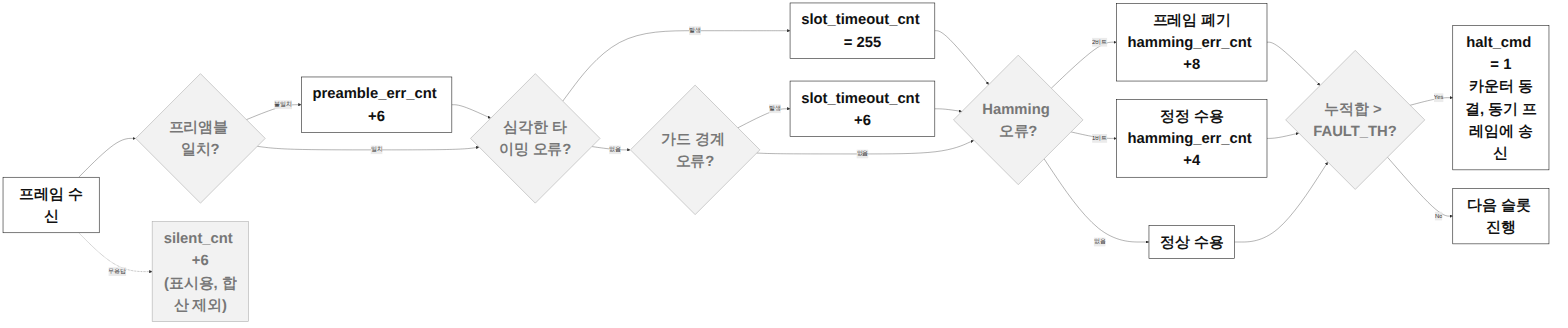
Above: diagrams/section3/zoom/master_fault_flow.png in Woodong02/SoC_Design_and_Programming (Mermaid), before the change. Its source is kept beside it as diagrams/section3/zoom/master_fault_flow.mmd.
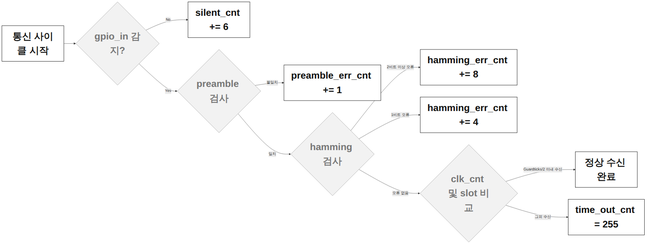
The same diagram one commit later.

Commit message:
Update Master PS/Master IP/fault-flow diagrams and matching slide text

Change to the diagram source:
```diff
@@ -1,24 +1,15 @@
 %%{init: {'themeVariables': {'fontSize': '40px'}}, 'flowchart': {'nodeSpacing': 45, 'rankSpacing': 70}}%%
 flowchart LR
-    A["프레임 수신"]:::node --> B{"프리앰블 일치?"}:::dim
-    B -- 불일치 --> B1["preamble_err_cnt +6"]:::node
-    B -- 일치 --> C{"심각한 타이밍 오류?"}:::dim
-    B1 --> C
-    C -- 발생 --> C1["slot_timeout_cnt = 255"]:::node
-    C -- 없음 --> D{"가드 경계 오류?"}:::dim
-    D -- 발생 --> D1["slot_timeout_cnt +6"]:::node
-    D -- 없음 --> E{"Hamming 오류?"}:::dim
-    C1 --> E
-    D1 --> E
-    E -- 2비트 --> E1["프레임 폐기\nhamming_err_cnt +8"]:::node
-    E -- 1비트 --> E2["정정 수용\nhamming_err_cnt +4"]:::node
-    E -- 없음 --> E3["정상 수용"]:::node
-    E1 --> F{"누적합 > FAULT_TH?"}:::dim
-    E2 --> F
-    E3 --> F
-    F -- Yes --> G["halt_cmd = 1\n카운터 동결, 동기 프레임에 송신"]:::node
-    F -- No --> H["다음 슬롯 진행"]:::node
-    A -.무응답.-> S["silent_cnt +6\n(표시용, 합산 제외)"]:::dim
+    A["통신 사이클 시작"]:::node --> B{"gpio_in 감지?"}:::dim
+    B -- No --> B1["silent_cnt += 6"]:::node
+    B -- Yes --> C{"preamble 검사"}:::dim
+    C -- 불일치 --> C1["preamble_err_cnt += 1"]:::node
+    C -- 일치 --> D{"hamming 검사"}:::dim
+    D -- "2비트 이상 오류" --> D1["hamming_err_cnt += 8"]:::node
+    D -- "1비트 오류" --> D2["hamming_err_cnt += 4"]:::node
+    D -- "오류 없음" --> E{"clk_cnt 및 slot 비교"}:::dim
+    E -- "Guardticks/2 이내 수신" --> F["정상 수신 완료"]:::node
+    E -- "그외 수신" --> G["time_out_cnt = 255"]:::node
 
 classDef node fill:#FFFFFF,stroke:#111111,stroke-width:1.5px,color:#111111,font-weight:bold,font-size:40px
 classDef dim fill:#F2F2F2,stroke:#AAAAAA,color:#777777,font-weight:bold,font-size:40px
```
